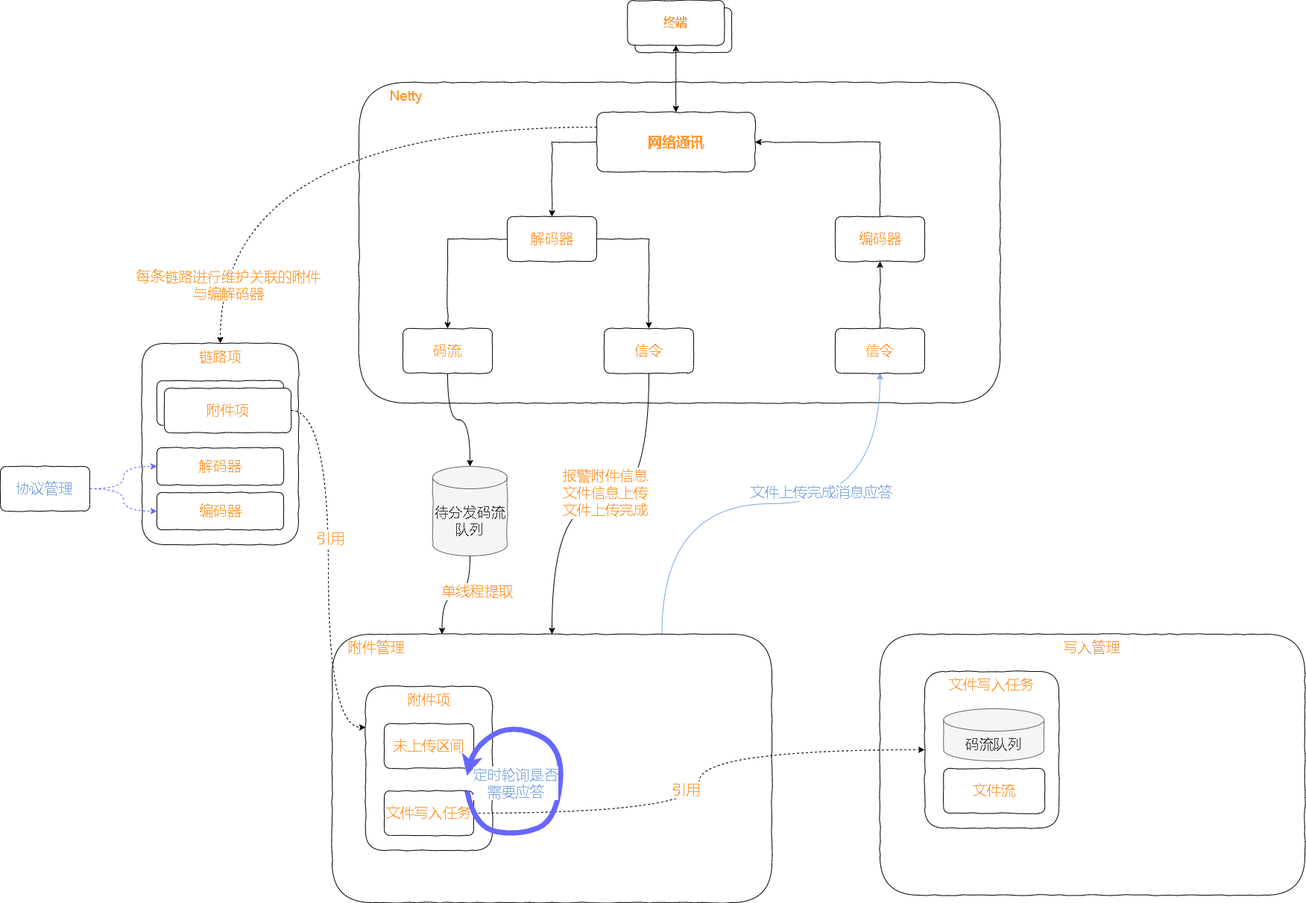
This is test.drawio.png from xktder/draw, a draw.io export, as it was before one commit. Source tidied: cells renumbered, new cells last; positions are measured from the earlier drawing's top-left corner, leaving out a move shared by most shapes.
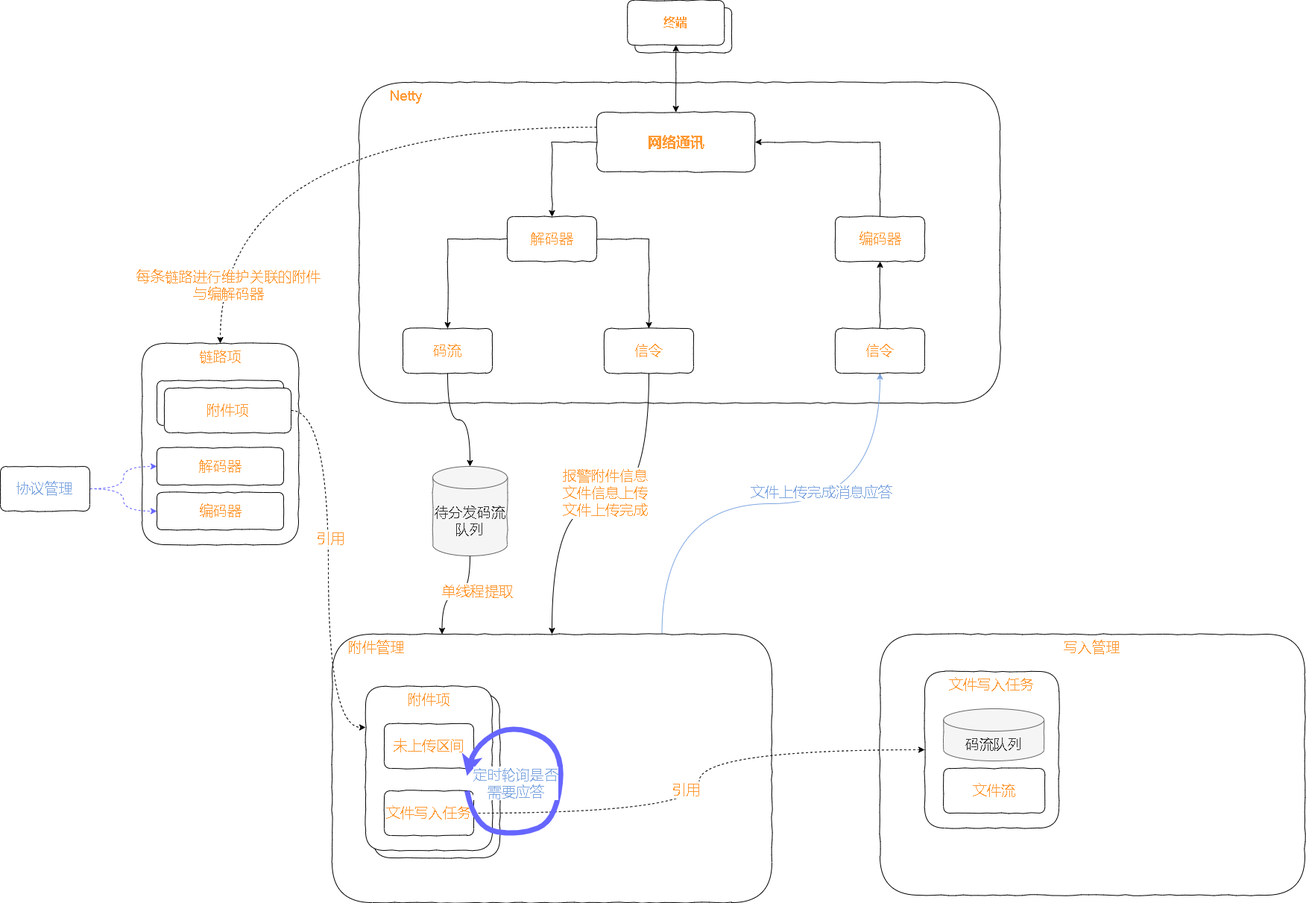
After the commit.

The edit, as a diff of the source:
```diff
@@ -93,8 +93,14 @@
       <mxGeometry x="580" y="625" width="100" height="120" as="geometry" />
     </mxCell>
     <mxCell id="30" style="group;" parent="1" vertex="1">
-      <mxGeometry x="490" y="920" width="170" height="220" as="geometry" />
+      <mxGeometry x="490" y="920" width="180" height="230" as="geometry" />
     </mxCell>
+    <mxCell id="54" style="group;" parent="30" vertex="1">
+      <mxGeometry x="10" y="10" width="170" height="220" as="geometry" />
+    </mxCell>
+    <mxCell id="55" style="rounded=1;whiteSpace=wrap;html=1;comic=1;fontSize=19;fontColor=#FF9933;strokeColor=default;gradientColor=none;verticalAlign=top;" parent="54" vertex="1">
+      <mxGeometry width="170" height="220" as="geometry" />
+    </mxCell>
     <mxCell id="31" value="附件项" style="rounded=1;whiteSpace=wrap;html=1;comic=1;fontSize=19;fontColor=#FF9933;strokeColor=default;gradientColor=none;verticalAlign=top;" parent="30" vertex="1">
       <mxGeometry width="170" height="220" as="geometry" />
     </mxCell>
```
